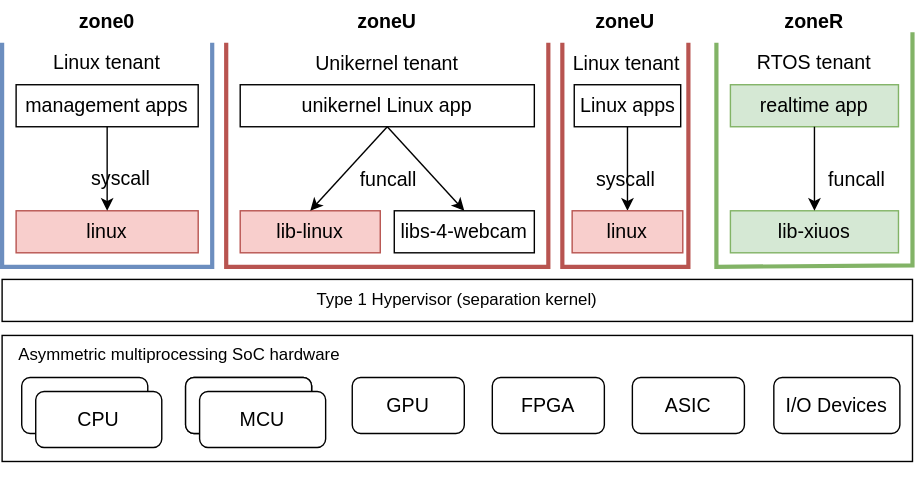
The draw.io diagram docs/_media/overview.svg in syswonder/syswonder-web, before a commit. Source tidied: cells renumbered, new cells last; positions are measured from the earlier drawing's top-left corner, leaving out a move shared by most shapes.
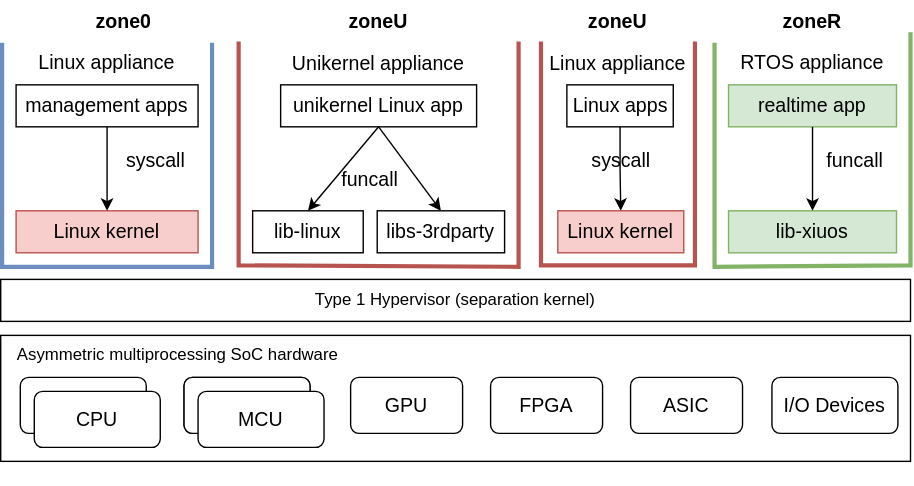
The same file after the commit.

Commit message:
update overview architecuture, rename tenent to appliance

Change to the diagram source:
```diff
@@ -35,48 +35,50 @@
     <mxCell id="12" value="Type 1 Hypervisor (separation kernel)" style="rounded=0;whiteSpace=wrap;html=1;" parent="1" vertex="1">
       <mxGeometry y="199" width="650" height="30" as="geometry" />
     </mxCell>
-    <mxCell id="13" style="endArrow=none;html=1;rounded=0;fontSize=14;strokeWidth=3;fillColor=#dae8fc;strokeColor=#6c8ebf;entryX=1;entryY=1;entryDx=0;entryDy=0;" parent="1" edge="1" target="18">
+    <mxCell id="13" style="endArrow=none;html=1;rounded=0;fontSize=14;strokeWidth=3;fillColor=#dae8fc;strokeColor=#6c8ebf;entryX=1;entryY=1;entryDx=0;entryDy=0;" parent="1" edge="1">
       <mxGeometry relative="1" as="geometry">
-        <mxPoint y="30" as="sourcePoint" />
+        <mxPoint x="1" y="30" as="sourcePoint" />
+        <mxPoint x="151" y="30" as="targetPoint" />
         <Array as="points">
-          <mxPoint y="190" />
-          <mxPoint x="150" y="190" />
-          <mxPoint x="150" y="109" />
+          <mxPoint x="1" y="190" />
+          <mxPoint x="151" y="190" />
+          <mxPoint x="151" y="109" />
         </Array>
       </mxGeometry>
     </mxCell>
-    <mxCell id="14" value="linux" style="rounded=0;whiteSpace=wrap;html=1;fontSize=14;fillColor=#f8cecc;strokeColor=#b85450;" parent="1" vertex="1">
-      <mxGeometry x="10" y="150" width="130" height="30" as="geometry" />
+    <mxCell id="14" value="Linux kernel" style="rounded=0;whiteSpace=wrap;html=1;fontSize=14;fillColor=#f8cecc;strokeColor=#b85450;" parent="1" vertex="1">
+      <mxGeometry x="11" y="150" width="130" height="30" as="geometry" />
     </mxCell>
     <mxCell id="15" value="management apps" style="rounded=0;whiteSpace=wrap;html=1;fontSize=14;" parent="1" vertex="1">
-      <mxGeometry x="10" y="60" width="130" height="30" as="geometry" />
+      <mxGeometry x="11" y="60" width="130" height="30" as="geometry" />
     </mxCell>
     <mxCell id="16" style="endArrow=classic;html=1;rounded=0;strokeWidth=1;fontSize=14;exitX=0.5;exitY=1;exitDx=0;exitDy=0;entryX=0.5;entryY=0;entryDx=0;entryDy=0;" parent="1" edge="1" source="15" target="14">
       <mxGeometry relative="1" as="geometry" />
     </mxCell>
     <mxCell id="17" value="syscall" style="text;html=1;strokeColor=none;fillColor=none;align=center;verticalAlign=middle;whiteSpace=wrap;rounded=0;fontSize=14;" parent="1" vertex="1">
-      <mxGeometry x="55" y="112" width="60" height="30" as="geometry" />
+      <mxGeometry x="81" y="99" width="60" height="30" as="geometry" />
     </mxCell>
     <mxCell id="18" value="&lt;b&gt;zone0&lt;/b&gt;" style="text;html=1;strokeColor=none;fillColor=none;align=center;verticalAlign=middle;whiteSpace=wrap;rounded=0;fontSize=14;" parent="1" vertex="1">
-      <mxGeometry width="150" height="30" as="geometry" />
+      <mxGeometry x="13" width="150" height="30" as="geometry" />
     </mxCell>
-    <mxCell id="19" style="endArrow=none;html=1;rounded=0;fontSize=14;strokeWidth=3;entryX=1;entryY=1;entryDx=0;entryDy=0;fillColor=#f8cecc;strokeColor=#b85450;" parent="1" edge="1" target="27">
+    <mxCell id="19" style="endArrow=none;html=1;rounded=0;fontSize=14;strokeWidth=3;fillColor=#f8cecc;strokeColor=#b85450;" parent="1" edge="1">
       <mxGeometry relative="1" as="geometry">
-        <mxPoint x="160" y="30" as="sourcePoint" />
+        <mxPoint x="170" y="29" as="sourcePoint" />
+        <mxPoint x="370" y="29" as="targetPoint" />
         <Array as="points">
-          <mxPoint x="160" y="190" />
-          <mxPoint x="390" y="190" />
+          <mxPoint x="170" y="189" />
+          <mxPoint x="370" y="190" />
         </Array>
       </mxGeometry>
     </mxCell>
-    <mxCell id="20" value="lib-linux" style="rounded=0;whiteSpace=wrap;html=1;fontSize=14;fillColor=#f8cecc;strokeColor=#b85450;" parent="1" vertex="1">
-      <mxGeometry x="170" y="150" width="100" height="30" as="geometry" />
+    <mxCell id="20" value="lib-linux" style="rounded=0;whiteSpace=wrap;html=1;fontSize=14;" parent="1" vertex="1">
+      <mxGeometry x="180" y="150" width="79" height="30" as="geometry" />
     </mxCell>
-    <mxCell id="21" value="libs-4-webcam" style="rounded=0;whiteSpace=wrap;html=1;fontSize=14;" parent="1" vertex="1">
-      <mxGeometry x="280" y="150" width="100" height="30" as="geometry" />
+    <mxCell id="21" value="libs-3rdparty" style="rounded=0;whiteSpace=wrap;html=1;fontSize=14;" parent="1" vertex="1">
+      <mxGeometry x="269" y="150" width="91" height="30" as="geometry" />
     </mxCell>
     <mxCell id="22" value="unikernel Linux app" style="rounded=0;whiteSpace=wrap;html=1;fontSize=14;" parent="1" vertex="1">
-      <mxGeometry x="170" y="60" width="210" height="30" as="geometry" />
+      <mxGeometry x="200" y="60" width="140" height="30" as="geometry" />
     </mxCell>
     <mxCell id="23" style="endArrow=classic;html=1;rounded=0;strokeWidth=1;fontSize=14;exitX=0.5;exitY=1;exitDx=0;exitDy=0;entryX=0.5;entryY=0;entryDx=0;entryDy=0;" parent="1" edge="1" source="22" target="20">
       <mxGeometry relative="1" as="geometry" />
@@ -85,13 +87,13 @@
       <mxGeometry relative="1" as="geometry" />
     </mxCell>
     <mxCell id="25" value="funcall" style="text;html=1;strokeColor=none;fillColor=none;align=center;verticalAlign=middle;whiteSpace=wrap;rounded=0;fontSize=14;" parent="1" vertex="1">
-      <mxGeometry x="246" y="113" width="60" height="30" as="geometry" />
+      <mxGeometry x="234" y="113" width="60" height="30" as="geometry" />
     </mxCell>
-    <mxCell id="26" value="Unikernel tenant" style="text;html=1;strokeColor=none;fillColor=none;align=center;verticalAlign=middle;whiteSpace=wrap;rounded=0;fontSize=14;" parent="1" vertex="1">
-      <mxGeometry x="160" y="30" width="230" height="30" as="geometry" />
+    <mxCell id="26" value="Unikernel appliance" style="text;html=1;strokeColor=none;fillColor=none;align=center;verticalAlign=middle;whiteSpace=wrap;rounded=0;fontSize=14;" parent="1" vertex="1">
+      <mxGeometry x="180" y="30" width="180" height="30" as="geometry" />
     </mxCell>
     <mxCell id="27" value="&lt;b&gt;zoneU&lt;/b&gt;" style="text;html=1;strokeColor=none;fillColor=none;align=center;verticalAlign=middle;whiteSpace=wrap;rounded=0;fontSize=14;" parent="1" vertex="1">
-      <mxGeometry x="160" width="230" height="30" as="geometry" />
+      <mxGeometry x="190" width="160" height="30" as="geometry" />
     </mxCell>
     <mxCell id="28" style="endArrow=none;html=1;rounded=0;fontSize=14;strokeWidth=3;fillColor=#d5e8d4;strokeColor=#82b366;entryX=1;entryY=0.75;entryDx=0;entryDy=0;" parent="1" edge="1" target="32">
       <mxGeometry relative="1" as="geometry">
@@ -115,40 +117,43 @@
       <mxGeometry x="510" width="140" height="30" as="geometry" />
     </mxCell>
     <mxCell id="33" value="funcall" style="text;html=1;align=center;verticalAlign=middle;strokeColor=none;fillColor=none;fontSize=14;" parent="1" vertex="1">
-      <mxGeometry x="580" y="113" width="60" height="30" as="geometry" />
+      <mxGeometry x="580" y="99" width="60" height="30" as="geometry" />
     </mxCell>
-    <mxCell id="34" style="endArrow=none;html=1;rounded=0;fontSize=14;strokeWidth=3;entryX=1;entryY=1;entryDx=0;entryDy=0;fillColor=#f8cecc;strokeColor=#b85450;" parent="1" edge="1" target="35">
+    <mxCell id="34" style="endArrow=none;html=1;rounded=0;fontSize=14;strokeWidth=3;fillColor=#f8cecc;strokeColor=#b85450;" parent="1" edge="1">
       <mxGeometry relative="1" as="geometry">
-        <mxPoint x="400" y="30" as="sourcePoint" />
+        <mxPoint x="386" y="29" as="sourcePoint" />
+        <mxPoint x="496" y="29" as="targetPoint" />
         <Array as="points">
-          <mxPoint x="400" y="190" />
-          <mxPoint x="490" y="190" />
+          <mxPoint x="386" y="109" />
+          <mxPoint x="386" y="189" />
+          <mxPoint x="496" y="189" />
+          <mxPoint x="496" y="109" />
         </Array>
       </mxGeometry>
     </mxCell>
     <mxCell id="35" value="&lt;b&gt;zoneU&lt;/b&gt;" style="text;html=1;strokeColor=none;fillColor=none;align=center;verticalAlign=middle;whiteSpace=wrap;rounded=0;fontSize=14;" parent="1" vertex="1">
-      <mxGeometry x="400" width="90" height="30" as="geometry" />
+      <mxGeometry x="396" width="90" height="30" as="geometry" />
     </mxCell>
-    <mxCell id="36" value="Linux tenant" style="text;html=1;strokeColor=none;fillColor=none;align=center;verticalAlign=middle;whiteSpace=wrap;rounded=0;fontSize=14;" parent="1" vertex="1">
-      <mxGeometry x="406" y="30" width="80" height="30" as="geometry" />
+    <mxCell id="36" value="Linux appliance" style="text;html=1;strokeColor=none;fillColor=none;align=center;verticalAlign=middle;whiteSpace=wrap;rounded=0;fontSize=14;" parent="1" vertex="1">
+      <mxGeometry x="391" y="30" width="100" height="30" as="geometry" />
     </mxCell>
     <mxCell id="37" style="edgeStyle=orthogonalEdgeStyle;rounded=0;jettySize=auto;html=1;entryX=0.5;entryY=0;entryDx=0;entryDy=0;" parent="1" edge="1" source="38" target="39">
       <mxGeometry relative="1" as="geometry" />
     </mxCell>
     <mxCell id="38" value="Linux apps" style="rounded=0;whiteSpace=wrap;html=1;fontSize=14;" parent="1" vertex="1">
-      <mxGeometry x="408.5" y="60" width="76" height="30" as="geometry" />
+      <mxGeometry x="404.5" y="60" width="76" height="30" as="geometry" />
     </mxCell>
-    <mxCell id="39" value="linux" style="rounded=0;whiteSpace=wrap;html=1;fontSize=14;fillColor=#f8cecc;strokeColor=#b85450;" parent="1" vertex="1">
-      <mxGeometry x="407" y="150" width="79" height="30" as="geometry" />
+    <mxCell id="39" value="Linux kernel" style="rounded=0;whiteSpace=wrap;html=1;fontSize=14;fillColor=#f8cecc;strokeColor=#b85450;" parent="1" vertex="1">
+      <mxGeometry x="398" y="150" width="90" height="30" as="geometry" />
     </mxCell>
     <mxCell id="40" value="syscall" style="text;html=1;align=center;verticalAlign=middle;strokeColor=none;fillColor=none;fontSize=14;" parent="1" vertex="1">
-      <mxGeometry x="410" y="113" width="70" height="30" as="geometry" />
+      <mxGeometry x="407.5" y="99" width="70" height="30" as="geometry" />
     </mxCell>
-    <mxCell id="41" value="RTOS tenant" style="text;html=1;strokeColor=none;fillColor=none;align=center;verticalAlign=middle;whiteSpace=wrap;rounded=0;fontSize=14;" parent="1" vertex="1">
+    <mxCell id="41" value="RTOS appliance" style="text;html=1;strokeColor=none;fillColor=none;align=center;verticalAlign=middle;whiteSpace=wrap;rounded=0;fontSize=14;" parent="1" vertex="1">
       <mxGeometry x="510" y="29" width="140" height="30" as="geometry" />
     </mxCell>
-    <mxCell id="42" value="Linux tenant" style="text;html=1;strokeColor=none;fillColor=none;align=center;verticalAlign=middle;whiteSpace=wrap;rounded=0;fontSize=14;" parent="1" vertex="1">
-      <mxGeometry x="35" y="29" width="80" height="30" as="geometry" />
+    <mxCell id="42" value="Linux appliance" style="text;html=1;strokeColor=none;fillColor=none;align=center;verticalAlign=middle;whiteSpace=wrap;rounded=0;fontSize=14;" parent="1" vertex="1">
+      <mxGeometry x="11" y="29" width="130" height="30" as="geometry" />
     </mxCell>
     <mxCell id="43" value="&lt;font style=&quot;font-size: 14px;&quot;&gt;ASIC&lt;/font&gt;" style="rounded=1;whiteSpace=wrap;html=1;" parent="1" vertex="1">
       <mxGeometry x="450" y="269" width="80" height="40" as="geometry" />
```
